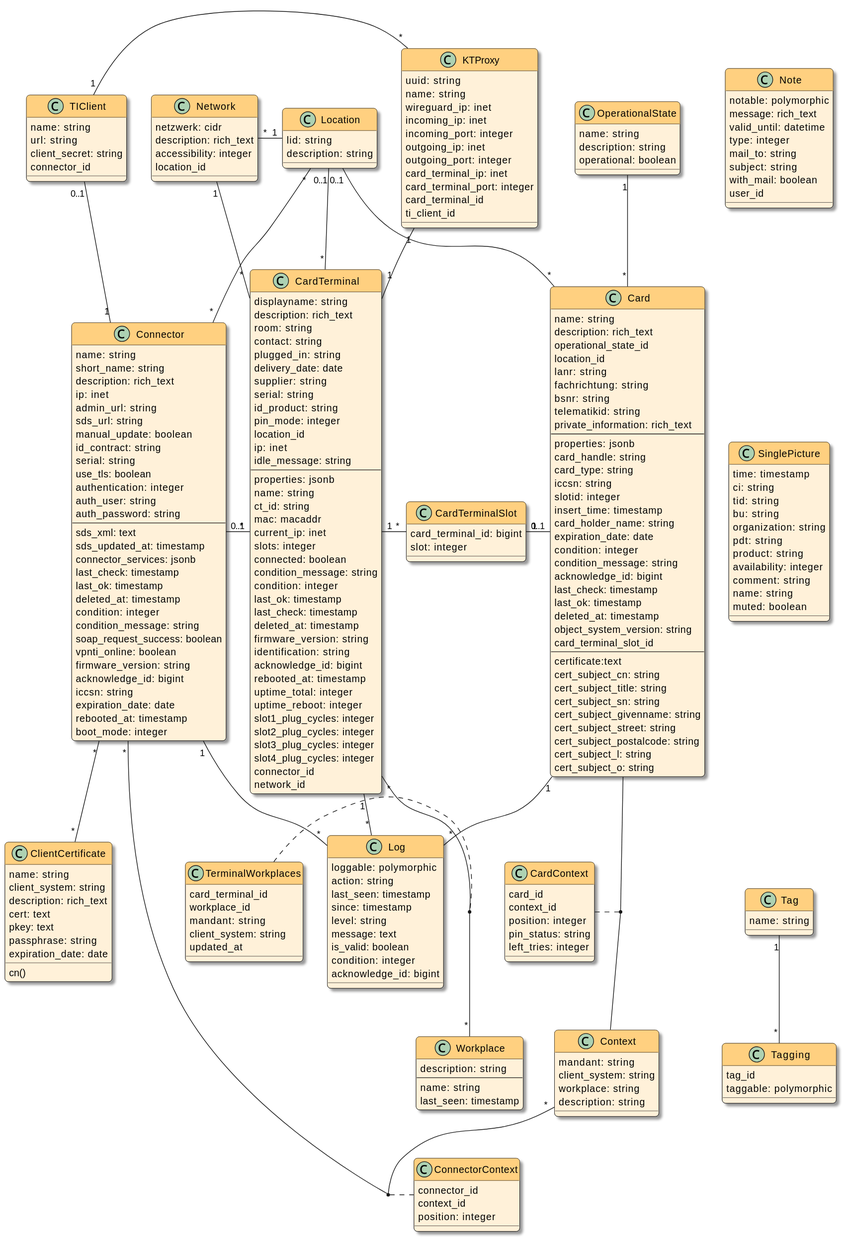
This is docsrc/devnotes/modules/ROOT/images/models.svg from swobspace/cocard, a PlantUML export, as it was before one commit.
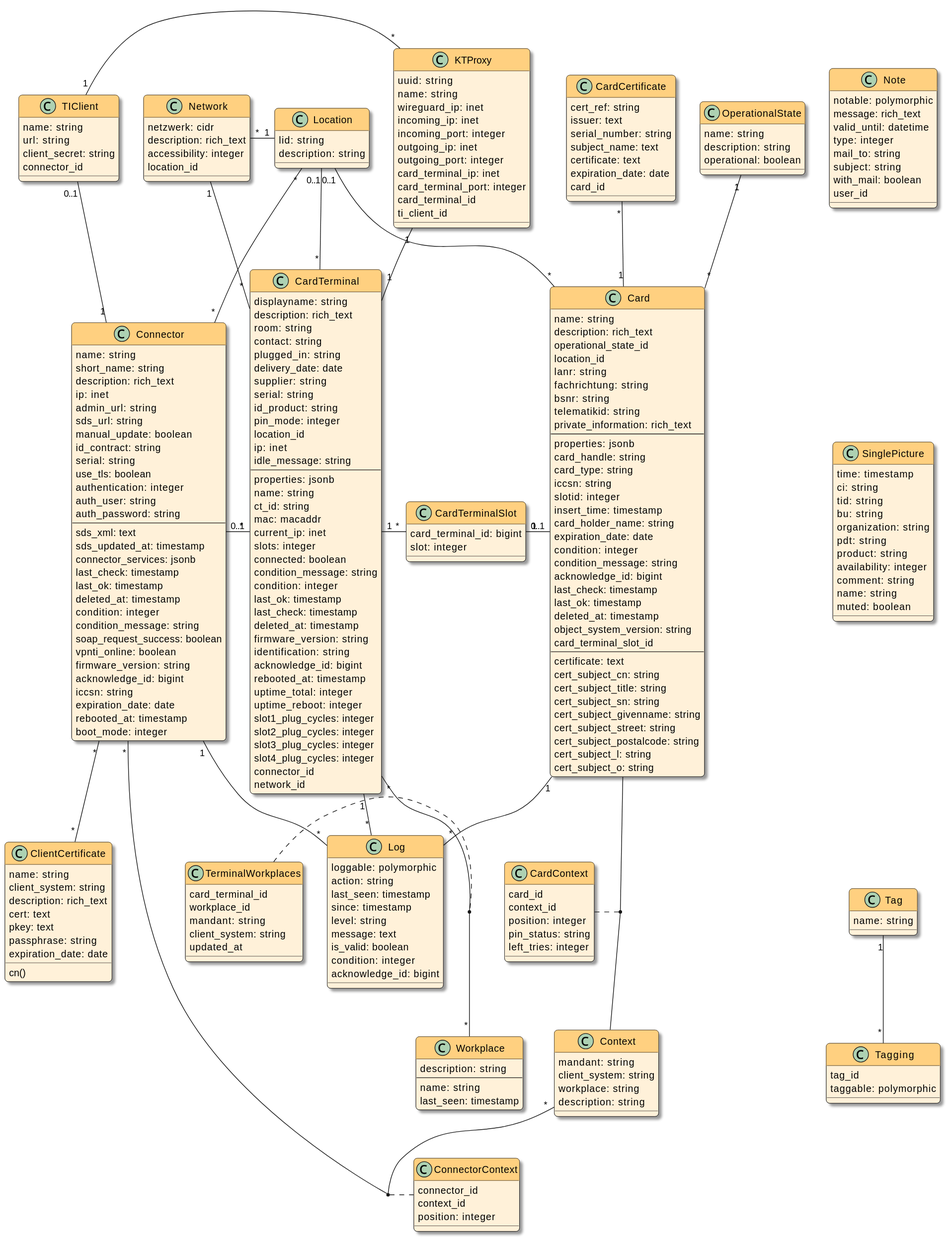
The same diagram one commit later.

What changed in the source:
```diff
@@ -136,7 +136,7 @@
   object_system_version: string
   card_terminal_slot_id
   --
-  certificate:text
+  certificate: text
   cert_subject_cn: string
   cert_subject_title: string
   cert_subject_sn: string
@@ -145,6 +145,16 @@
   cert_subject_postalcode: string
   cert_subject_l: string
   cert_subject_o: string
+}
+
+class CardCertificate {
+  cert_ref: string
+  issuer: text
+  serial_number: string
+  subject_name: text
+  certificate: text
+  expiration_date: date
+  card_id
 }
 
 class Workplace {
@@ -247,6 +257,7 @@
 CardContext . (Card, Context)
 CardTerminal "1" - "*" CardTerminalSlot
 CardTerminalSlot "1" - "0..1" Card
+CardCertificate "*" -- "1" Card
 CardTerminal "*" -- "*" Workplace
 KTProxy "1" -- "1" CardTerminal
 TerminalWorkplaces . (CardTerminal, Workplace)
```
